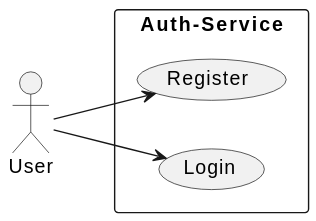
The PlantUML diagram static/img/analysis/business-requirements/login-registration.svg in LetsStreamIt/documentation, before a commit. Source of this version:
```plantuml
@startuml
left to right direction
actor User
rectangle Auth-Service {
    usecase Login as "Login"
    usecase Register as "Register"
}
User --> Login
User --> Register
@enduml
```
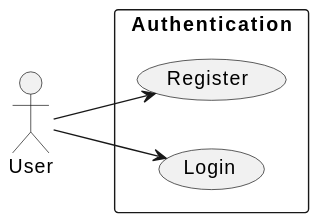
Above is the later version.

Change to the diagram source:
```diff
@@ -1,10 +1,13 @@
 @startuml
 left to right direction
+
 actor User
-rectangle Auth-Service {
+
+rectangle Authentication {
     usecase Login as "Login"
     usecase Register as "Register"
 }
+
 User --> Login
 User --> Register
 @enduml
```
